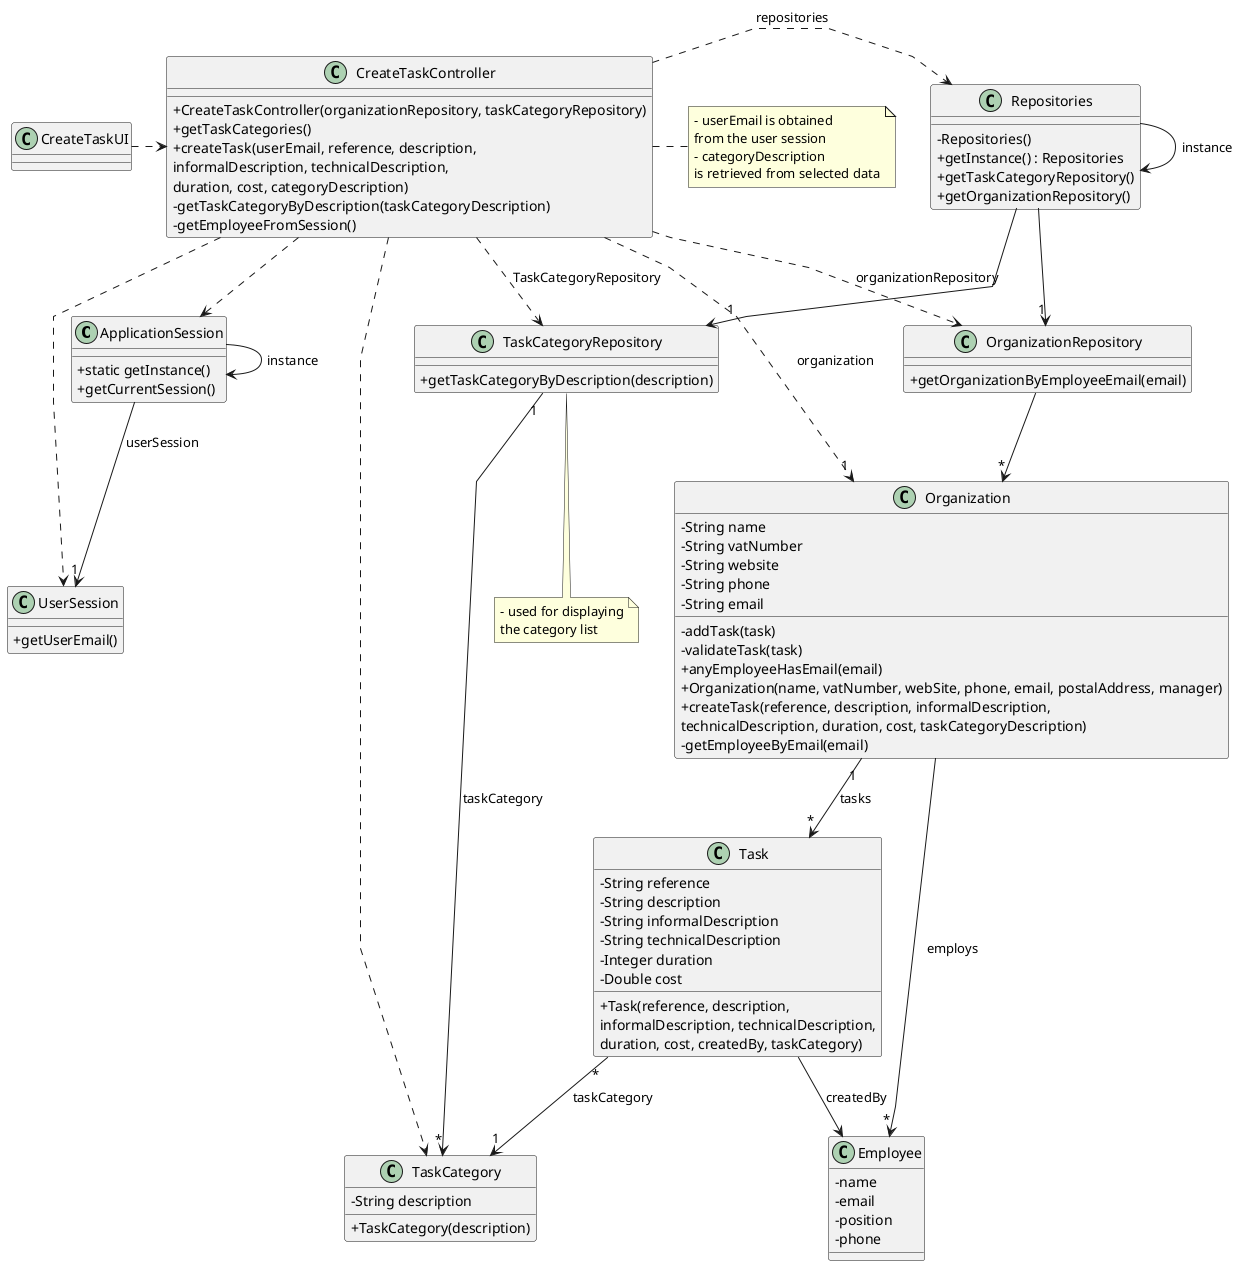
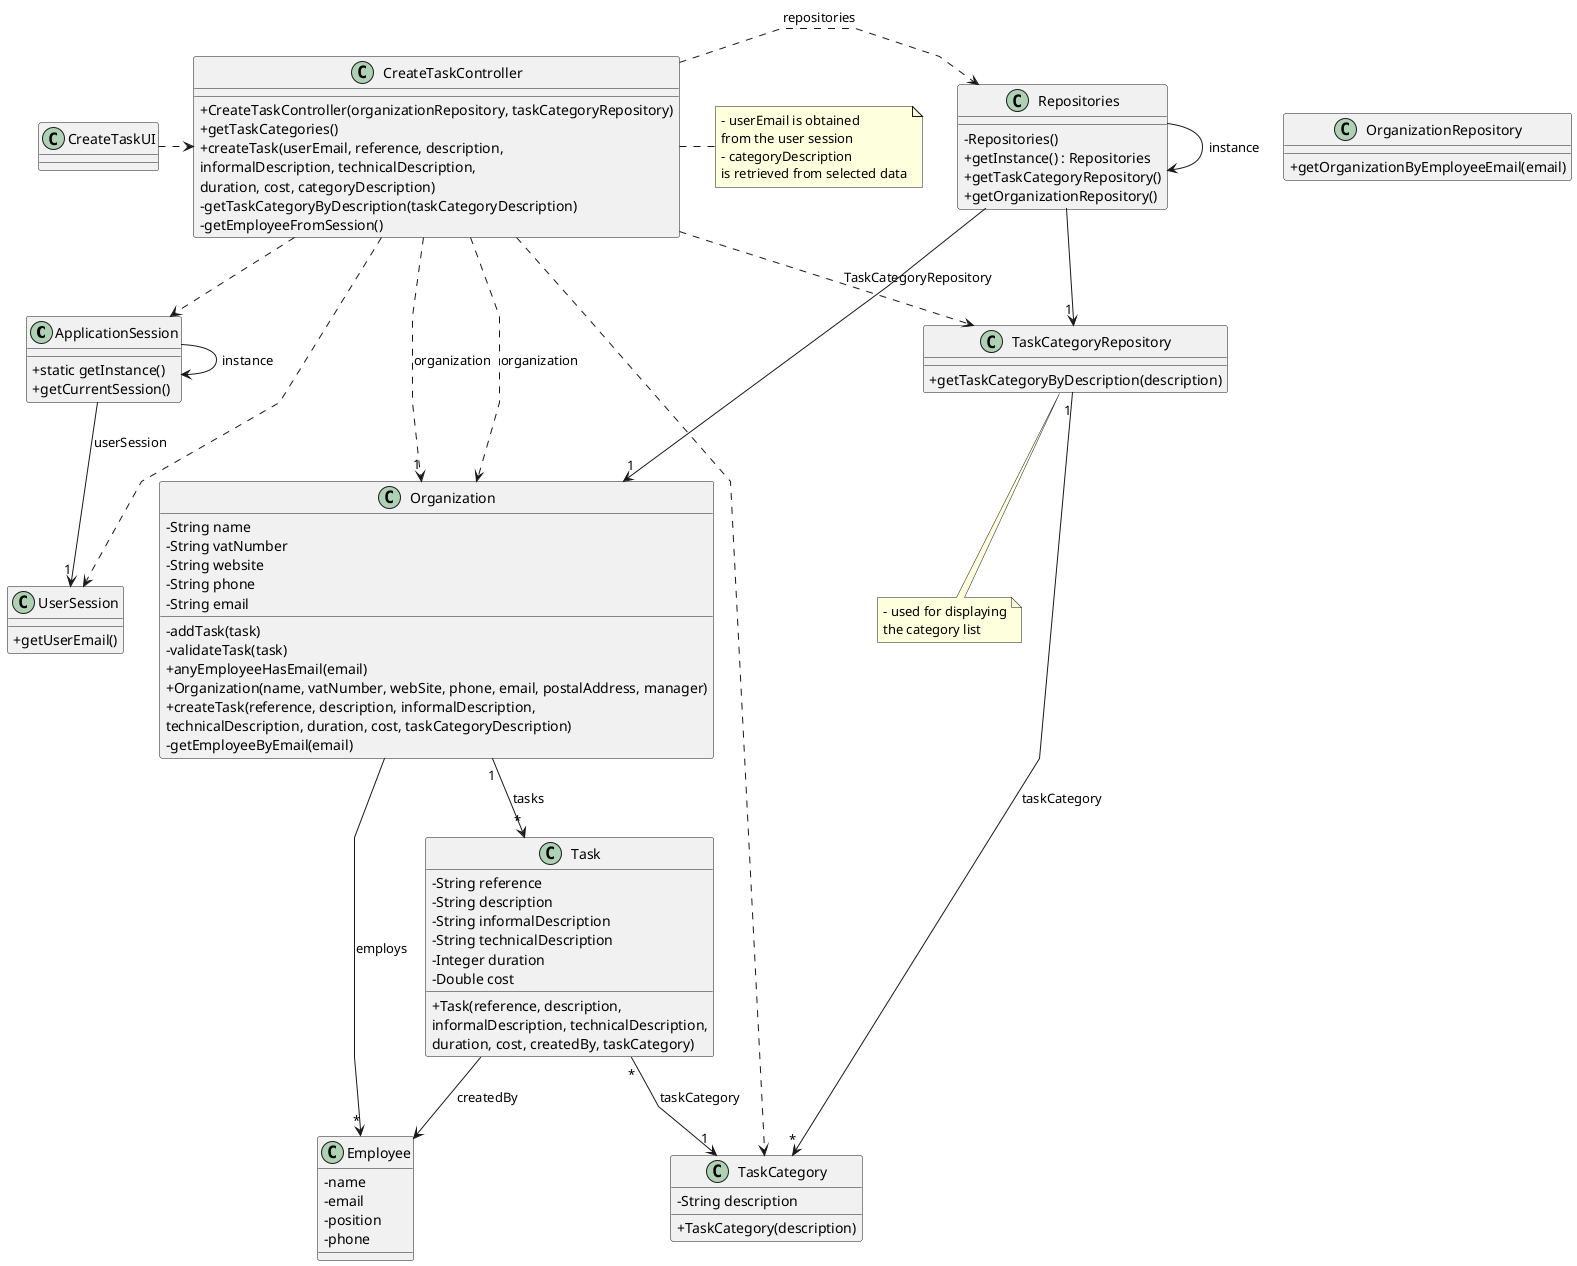
@startuml
'skinparam monochrome true
skinparam packageStyle rectangle
skinparam shadowing false
skinparam linetype polyline
'skinparam linetype orto

skinparam classAttributeIconSize 0

'left to right direction

class ApplicationSession
{
    + static getInstance()
    + getCurrentSession()
}

class UserSession
{
    + getUserEmail()
}

class Employee {
    - name
    - email
    - position
    - phone
}

class Task {
    - String reference
    - String description
    - String informalDescription
    - String technicalDescription
    - Integer duration
    - Double cost

    + Task(reference, description,\ninformalDescription, technicalDescription,\nduration, cost, createdBy, taskCategory)
}

class TaskCategory {
    - String description

    + TaskCategory(description)
}

class Organization {
    - String name
    - String vatNumber
    - String website
    - String phone
    - String email

    - addTask(task)
    - validateTask(task)
    + anyEmployeeHasEmail(email)
    + Organization(name, vatNumber, webSite, phone, email, postalAddress, manager)
    + createTask(reference, description, informalDescription,\ntechnicalDescription, duration, cost, taskCategoryDescription)
    - getEmployeeByEmail(email)

'  +saveTask(task)
}

class TaskCategoryRepository {
    + getTaskCategoryByDescription(description)
}

class OrganizationRepository {
    + getOrganizationByEmployeeEmail(email)
}

class Repositories {
    - Repositories()
    + getInstance() : Repositories
    + getTaskCategoryRepository()
    + getOrganizationRepository()
}

class CreateTaskController {
    + CreateTaskController(organizationRepository, taskCategoryRepository)
    + getTaskCategories()
    + createTask(userEmail, reference, description,\ninformalDescription, technicalDescription,\nduration, cost, categoryDescription)
    - getTaskCategoryByDescription(taskCategoryDescription)
    - getEmployeeFromSession()
}

note right of CreateTaskController
    - userEmail is obtained
    from the user session
    - categoryDescription
    is retrieved from selected data
end note

note bottom of TaskCategoryRepository
    - used for displaying
    the category list
end note

class CreateTaskUI {
}

Repositories -> Repositories : instance
ApplicationSession -> ApplicationSession : instance

CreateTaskUI .> CreateTaskController

CreateTaskController .> Repositories : repositories

Repositories -> "1" TaskCategoryRepository

CreateTaskController ..> TaskCategory
- CreateTaskController ..> OrganizationRepository : organizationRepository
- CreateTaskController ..> TaskCategoryRepository : TaskCategoryRepository
+ CreateTaskController ..> Organization: organization
+ CreateTaskController ..> TaskCategoryRepository: TaskCategoryRepository

- Repositories --> "1" OrganizationRepository
+ Repositories ---> "1" Organization

- OrganizationRepository --> "*" Organization
ApplicationSession --> "1" UserSession : userSession

CreateTaskController ..> "1" Organization : organization
CreateTaskController ..> ApplicationSession
CreateTaskController ..> UserSession
Task "*" --> "1" TaskCategory : taskCategory
TaskCategoryRepository "1" --> "*" TaskCategory : taskCategory
Organization "1" --> "*" Task : tasks
Task --> Employee : createdBy

Organization --> "*" Employee : employs

@enduml